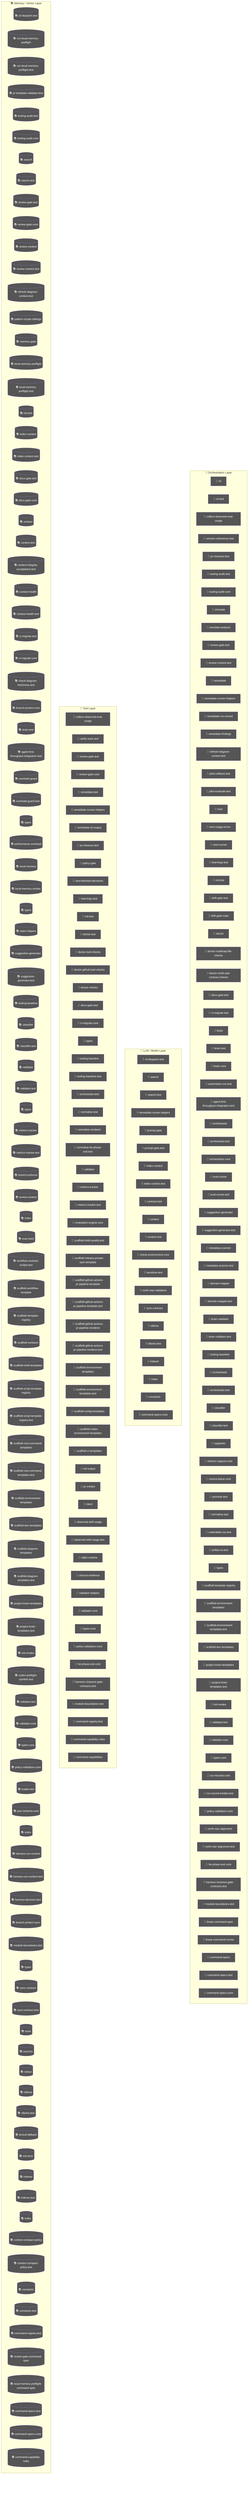
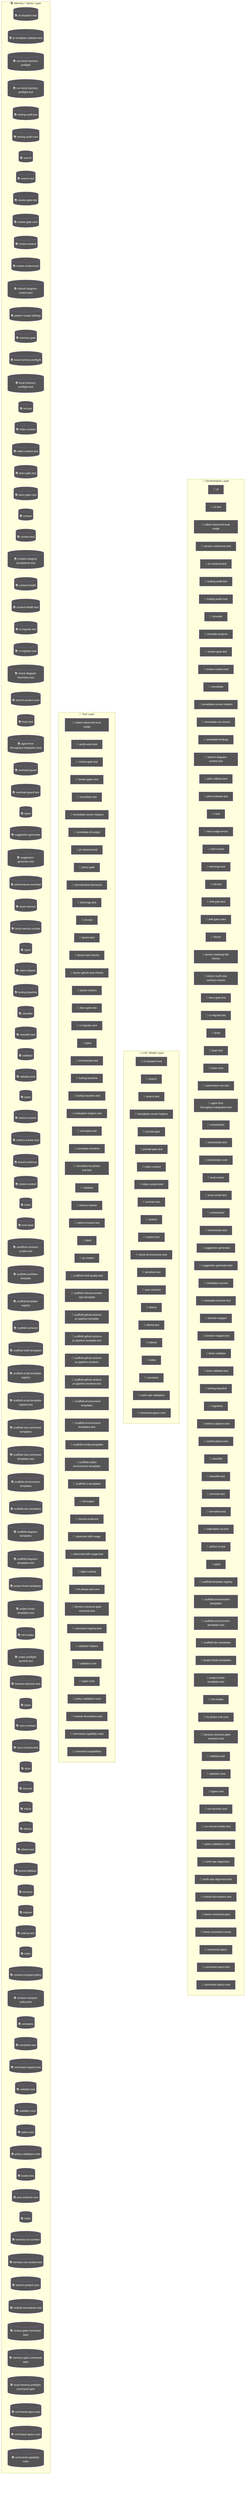
flowchart TD
  subgraph Orchestration["🎯 Orchestration Layer"]
    cli_99bb8840["🤖 cli"]
    cli_test_4851f28b["🤖 cli.test"]
    node_agent_mmd_orchestration_layer_orchestration_coll_37781291["🤖 collect-observed-eval-usage"]
    version_coherence_test_b81c6d8e["🤖 version-coherence.test"]
    pr_closeout_test_12a1ffdd["🤖 pr-closeout.test"]
    node_agent_mmd_orchestration_layer_orchestration_tool_5f9f8adf["🤖 tooling-audit.test"]
    node_agent_mmd_orchestration_layer_orchestration_tool_acfe0c01["🤖 tooling-audit-core"]
    simulate_b9efe395["🤖 simulate"]
    simulate_analysis_164a460c["🤖 simulate-analysis"]
    node_agent_mmd_orchestration_layer_orchestration_revi_ae9f100c["🤖 review-gate.test"]
    node_agent_mmd_orchestration_layer_orchestration_revi_84f25e5b["🤖 review-context.test"]
    remediate_06b9c7fc["🤖 remediate"]
    node_agent_mmd_orchestration_layer_orchestration_reme_359fe98f["🤖 remediate-runner-helpers"]
    remediate_run_record_9dfe5dc1["🤖 remediate-run-record"]
    remediate_findings_8b09c8c6["🤖 remediate-findings"]
    node_agent_mmd_orchestration_layer_orchestration_refr_10a87984["🤖 refresh-diagram-context.test"]
    pilot_rollback_test_e61d5a2b["🤖 pilot-rollback.test"]
    pilot_evaluate_test_a2ac06fc["🤖 pilot-evaluate.test"]
    next_c6c1c9a9["🤖 next"]
    next_usage_errors_837a345a["🤖 next-usage-errors"]
    next_runner_41643472["🤖 next-runner"]
    node_agent_mmd_orchestration_layer_orchestration_lear_5a2a5b08["🤖 learnings.test"]
    node_agent_mmd_orchestration_layer_orchestration_init_daf6ae1b["🤖 init.test"]
    drift_gate_test_816765e3["🤖 drift-gate.test"]
    drift_gate_rules_9685e72d["🤖 drift-gate-rules"]
    doctor_72f4be89["🤖 doctor"]
    doctor_roadmap_file_checks_14447b8e["🤖 doctor-roadmap-file-checks"]
    doctor_north_star_contract_checks_0048124c["🤖 doctor-north-star-contract-checks"]
    node_agent_mmd_orchestration_layer_orchestration_docs_22c7ae60["🤖 docs-gate.test"]
    node_agent_mmd_orchestration_layer_orchestration_ci_m_a6704d8b["🤖 ci-migrate.test"]
    brain_bbbf7a64["🤖 brain"]
    node_agent_mmd_orchestration_layer_orchestration_brai_9c019b6e["🤖 brain.test"]
    brain_core_aa07c380["🤖 brain-core"]
    automation_run_test_7b21d905["🤖 automation-run.test"]
    node_agent_mmd_orchestration_layer_orchestration_agen_eb715f44["🤖 agent-first-throughput.integration.test"]
    orchestrator_11376b7e["🤖 orchestrator"]
    orchestrator_test_18d2fe26["🤖 orchestrator.test"]
    orchestrator_core_d0678b53["🤖 orchestrator-core"]
    eval_runner_0966a6b3["🤖 eval-runner"]
    eval_runner_test_962c8c18["🤖 eval-runner.test"]
+     orchestrator_1_6b7137c5["🤖 orchestrator"]
+     node_agent_mmd_orchestration_layer_orchestration_orch_af4e7416["🤖 orchestrator.test"]
    node_agent_mmd_orchestration_layer_orchestration_sugg_85c5ebe3["🤖 suggestion-generator"]
    node_agent_mmd_orchestration_layer_orchestration_sugg_d0ad9d8e["🤖 suggestion-generator.test"]
    metadata_scanner_6a101b66["🤖 metadata-scanner"]
    metadata_scanner_test_faee743d["🤖 metadata-scanner.test"]
    domain_mapper_cd9333d2["🤖 domain-mapper"]
    domain_mapper_test_dc5a9896["🤖 domain-mapper.test"]
    brain_validator_be251832["🤖 brain-validator"]
    brain_validator_test_5e40cb72["🤖 brain-validator.test"]
    node_agent_mmd_orchestration_layer_orchestration_tool_cc43149f["🤖 tooling-baseline"]
-     orchestrator_1_6b7137c5["🤖 orchestrator"]
-     node_agent_mmd_orchestration_layer_orchestration_orch_af4e7416["🤖 orchestrator.test"]
-     node_agent_mmd_orchestration_layer_orchestration_clas_899b821a["🤖 classifier"]
-     node_agent_mmd_orchestration_layer_orchestration_clas_402e0b3f["🤖 classifier.test"]
    registries_06402afa["🤖 registries"]
    metrics_capture_core_db4bf7cf["🤖 metrics-capture-core"]
    control_plane_core_db3b4cb2["🤖 control-plane-core"]
+     node_agent_mmd_orchestration_layer_orchestration_clas_899b821a["🤖 classifier"]
+     node_agent_mmd_orchestration_layer_orchestration_clas_402e0b3f["🤖 classifier.test"]
    promote_test_5c615269["🤖 promote.test"]
    normalise_test_1_6643dd83["🤖 normalise.test"]
    coderabbit_csv_test_1f36d0a4["🤖 coderabbit-csv.test"]
    artifact_io_test_aac02da3["🤖 artifact-io.test"]
-     types_14_fe7507be["🤖 types"]
+     types_15_86775c96["🤖 types"]
    node_agent_mmd_orchestration_layer_orchestration_scaf_ff8f92f6["🤖 scaffold-template-registry"]
    node_agent_mmd_orchestration_layer_orchestration_scaf_c9a90c2f["🤖 scaffold-environment-templates"]
    node_agent_mmd_orchestration_layer_orchestration_scaf_78d57a93["🤖 scaffold-environment-templates.test"]
    node_agent_mmd_orchestration_layer_orchestration_scaf_12cc07db["🤖 scaffold-doc-templates"]
    node_agent_mmd_orchestration_layer_orchestration_proj_6ab6f60f["🤖 project-brain-templates"]
    node_agent_mmd_orchestration_layer_orchestration_proj_d78b2f4f["🤖 project-brain-templates.test"]
    node_agent_mmd_orchestration_layer_orchestration_init_2a9c3ecb["🤖 init-modes"]
+     node_agent_mmd_orchestration_layer_orchestration_he_p_fc778c24["🤖 he-phase-exit-core"]
+     node_agent_mmd_orchestration_layer_orchestration_harn_7761fad1["🤖 harness-closeout-gate-contracts.test"]
    node_agent_mmd_orchestration_layer_orchestration_vali_a3b17e45["🤖 validator.test"]
    node_agent_mmd_orchestration_layer_orchestration_vali_d9fe99e6["🤖 validator-core"]
    node_agent_mmd_orchestration_layer_orchestration_type_7cf81261["🤖 types-core"]
    run_records_core_89286dfa["🤖 run-records-core"]
    run_record_emitter_test_5475c0da["🤖 run-record-emitter.test"]
    node_agent_mmd_orchestration_layer_orchestration_poli_3270b55d["🤖 policy-validators-core"]
    north_star_alignment_00440188["🤖 north-star-alignment"]
    north_star_alignment_test_3ae1d69b["🤖 north-star-alignment.test"]
-     node_agent_mmd_orchestration_layer_orchestration_he_p_fc778c24["🤖 he-phase-exit-core"]
-     node_agent_mmd_orchestration_layer_orchestration_harn_7761fad1["🤖 harness-closeout-gate-contracts.test"]
    node_agent_mmd_orchestration_layer_orchestration_modu_72373e29["🤖 module-boundaries.test"]
    linear_command_spec_1e12dd44["🤖 linear-command-spec"]
    linear_command_runner_4a740dfc["🤖 linear-command-runner"]
    command_specs_69167c63["🤖 command-specs"]
    node_agent_mmd_orchestration_layer_orchestration_comm_a137ef0a["🤖 command-specs.test"]
    node_agent_mmd_orchestration_layer_orchestration_comm_1f8cc24c["🤖 command-specs-core"]
  end
  subgraph LLMLayer["🧠 LLM / Model Layer"]
    node_agent_mmd_llm_model_layer_llmlayer_cli_dispatch__7ecbc6e7["💡 cli-dispatch.test"]
    node_agent_mmd_llm_model_layer_llmlayer_search_search_66b9a911["💡 search"]
    node_agent_mmd_llm_model_layer_llmlayer_search_test_s_72d50705["💡 search.test"]
    node_agent_mmd_llm_model_layer_llmlayer_remediate_run_9e3d4585["💡 remediate-runner-helpers"]
    prompt_gate_c5e9d207["💡 prompt-gate"]
    prompt_gate_test_1a442b27["💡 prompt-gate.test"]
    node_agent_mmd_llm_model_layer_llmlayer_index_context_1041bd11["💡 index-context"]
    node_agent_mmd_llm_model_layer_llmlayer_index_context_7e927b45["💡 index-context.test"]
    contract_test_2262847f["💡 contract.test"]
    node_agent_mmd_llm_model_layer_llmlayer_context_conte_ad2dfbd9["💡 context"]
    node_agent_mmd_llm_model_layer_llmlayer_context_test__32277db3["💡 context.test"]
    check_environment_core_2c16213f["💡 check-environment-core"]
    sensitive_text_7c11f760["💡 sensitive-text"]
-     north_star_validators_cfc926ce["💡 north-star-validators"]
    node_agent_mmd_llm_model_layer_llmlayer_sync_contract_9f3cc8c1["💡 sync-contract"]
    node_agent_mmd_llm_model_layer_llmlayer_ollama_ollama_968b23fa["💡 ollama"]
    node_agent_mmd_llm_model_layer_llmlayer_ollama_test_o_d62a0b5a["💡 ollama.test"]
    node_agent_mmd_llm_model_layer_llmlayer_indexer_index_4f4deef5["💡 indexer"]
    node_agent_mmd_llm_model_layer_llmlayer_index_index_1_02e160ff["💡 index"]
    node_agent_mmd_llm_model_layer_llmlayer_constants_con_c9bd3f6c["💡 constants"]
+     north_star_validators_cfc926ce["💡 north-star-validators"]
    node_agent_mmd_llm_model_layer_llmlayer_command_specs_782af9fa["💡 command-specs-core"]
  end
  subgraph ToolLayer["🔧 Tool Layer"]
    node_agent_mmd_tool_layer_toollayer_collect_observed__f30f627d["🔧 collect-observed-eval-usage"]
    verify_work_test_0e12f6c5["🔧 verify-work.test"]
    node_agent_mmd_tool_layer_toollayer_review_gate_test__548e6c28["🔧 review-gate.test"]
    node_agent_mmd_tool_layer_toollayer_review_gate_core__7704598b["🔧 review-gate-core"]
    remediate_test_6f59cafe["🔧 remediate.test"]
    node_agent_mmd_tool_layer_toollayer_remediate_runner__c003b871["🔧 remediate-runner-helpers"]
    remediate_cli_output_cc165396["🔧 remediate-cli-output"]
    pr_closeout_test_1_be1a0df1["🔧 pr-closeout.test"]
    policy_gate_213f7313["🔧 policy-gate"]
    next_blocked_decisions_4140ad2b["🔧 next-blocked-decisions"]
    node_agent_mmd_tool_layer_toollayer_learnings_test_le_d61f175f["🔧 learnings.test"]
    node_agent_mmd_tool_layer_toollayer_init_test_init_te_ae014ee3["🔧 init.test"]
    doctor_test_e032e8b5["🔧 doctor.test"]
    doctor_tool_checks_4acac51a["🔧 doctor-tool-checks"]
    doctor_github_tool_checks_a53b0382["🔧 doctor-github-tool-checks"]
    doctor_checks_5a2eb2b9["🔧 doctor-checks"]
    node_agent_mmd_tool_layer_toollayer_docs_gate_test_do_ca0c4c21["🔧 docs-gate.test"]
    node_agent_mmd_tool_layer_toollayer_ci_migrate_core_c_049f8460["🔧 ci-migrate-core"]
-     types_4_822d0f88["🔧 types"]
+     types_1_4ecdf56e["🔧 types"]
+     node_agent_mmd_tool_layer_toollayer_orchestrator_test_b563c528["🔧 orchestrator.test"]
    node_agent_mmd_tool_layer_toollayer_tooling_baseline__61e66e9f["🔧 tooling-baseline"]
    tooling_baseline_test_d272ddb6["🔧 tooling-baseline.test"]
-     node_agent_mmd_tool_layer_toollayer_orchestrator_test_b563c528["🔧 orchestrator.test"]
+     evaluation_engine_core_e054fe49["🔧 evaluation-engine-core"]
    normalise_test_73e8a615["🔧 normalise.test"]
    normalise_renderer_85f2e563["🔧 normalise-renderer"]
    normalise_he_phase_exit_test_1788efc4["🔧 normalise-he-phase-exit.test"]
    node_agent_mmd_tool_layer_toollayer_validator_validat_96a84a52["🔧 validator"]
    node_agent_mmd_tool_layer_toollayer_metrics_tracker_m_4c9237d8["🔧 metrics-tracker"]
    node_agent_mmd_tool_layer_toollayer_metrics_tracker_t_8947b778["🔧 metrics-tracker.test"]
-     evaluation_engine_core_e054fe49["🔧 evaluation-engine-core"]
+     client_1_914e1681["🔧 client"]
+     pr_creator_dc6b1ea4["🔧 pr-creator"]
    scaffold_shell_quality_test_79567d03["🔧 scaffold-shell-quality.test"]
    scaffold_release_private_npm_template_075499f8["🔧 scaffold-release-private-npm-template"]
    scaffold_github_actions_pr_pipeline_template_e2b85f62["🔧 scaffold-github-actions-pr-pipeline-template"]
    scaffold_github_actions_pr_pipeline_template_test_be464a7b["🔧 scaffold-github-actions-pr-pipeline-template.test"]
    scaffold_github_actions_pr_pipeline_renderer_1ee18de5["🔧 scaffold-github-actions-pr-pipeline-renderer"]
    scaffold_github_actions_pr_pipeline_renderer_test_2cc38272["🔧 scaffold-github-actions-pr-pipeline-renderer.test"]
    node_agent_mmd_tool_layer_toollayer_scaffold_environm_c1afc013["🔧 scaffold-environment-templates"]
    node_agent_mmd_tool_layer_toollayer_scaffold_environm_1a8f8168["🔧 scaffold-environment-templates.test"]
    scaffold_config_templates_4b80ce53["🔧 scaffold-config-templates"]
    scaffold_codex_environment_templates_334fbbed["🔧 scaffold-codex-environment-templates"]
    scaffold_ci_templates_2afd6392["🔧 scaffold-ci-templates"]
    init_output_360dce91["🔧 init-output"]
-     pr_creator_dc6b1ea4["🔧 pr-creator"]
-     client_1_914e1681["🔧 client"]
+     closure_evidence_aaa31467["🔧 closure-evidence"]
    observed_skill_usage_ed7d5930["🔧 observed-skill-usage"]
    observed_skill_usage_test_311c215a["🔧 observed-skill-usage.test"]
    ralph_runtime_73d63c0e["🔧 ralph-runtime"]
-     closure_evidence_aaa31467["🔧 closure-evidence"]
+     node_agent_mmd_tool_layer_toollayer_he_phase_exit_cor_af016160["🔧 he-phase-exit-core"]
+     node_agent_mmd_tool_layer_toollayer_harness_closeout__df9d1dab["🔧 harness-closeout-gate-contracts.test"]
+     node_agent_mmd_tool_layer_toollayer_command_registry__cce57abe["🔧 command-registry.test"]
    validator_helpers_7b927667["🔧 validator-helpers"]
    node_agent_mmd_tool_layer_toollayer_validator_core_va_6ef6131f["🔧 validator-core"]
    node_agent_mmd_tool_layer_toollayer_types_core_types__6c8319b6["🔧 types-core"]
    node_agent_mmd_tool_layer_toollayer_policy_validators_af136abf["🔧 policy-validators-core"]
-     node_agent_mmd_tool_layer_toollayer_he_phase_exit_cor_af016160["🔧 he-phase-exit-core"]
-     node_agent_mmd_tool_layer_toollayer_harness_closeout__df9d1dab["🔧 harness-closeout-gate-contracts.test"]
    node_agent_mmd_tool_layer_toollayer_module_boundaries_fecf90b5["🔧 module-boundaries.test"]
-     node_agent_mmd_tool_layer_toollayer_command_registry__cce57abe["🔧 command-registry.test"]
    node_agent_mmd_tool_layer_toollayer_command_capabilit_e97a4615["🔧 command-capability-rules"]
    command_capabilities_a4d5c71e["🔧 command-capabilities"]
  end
  subgraph MemoryLayer["📚 Memory / Vector Layer"]
    node_agent_mmd_memory_vector_layer_memorylayer_cli_di_c121353b[("📚 cli-dispatch.test")]
+     pr_template_validator_test_569b1cef[("📚 pr-template-validator.test")]
    run_local_memory_preflight_36e92808[("📚 run-local-memory-preflight")]
    run_local_memory_preflight_test_1d7c5aa0[("📚 run-local-memory-preflight.test")]
-     pr_template_validator_test_569b1cef[("📚 pr-template-validator.test")]
    node_agent_mmd_memory_vector_layer_memorylayer_toolin_48be0fc9[("📚 tooling-audit.test")]
    node_agent_mmd_memory_vector_layer_memorylayer_toolin_a1185b8f[("📚 tooling-audit-core")]
    node_agent_mmd_memory_vector_layer_memorylayer_search_ac35cb7e[("📚 search")]
    node_agent_mmd_memory_vector_layer_memorylayer_search_ebbe6c53[("📚 search.test")]
    node_agent_mmd_memory_vector_layer_memorylayer_review_e0e0b257[("📚 review-gate.test")]
    node_agent_mmd_memory_vector_layer_memorylayer_review_5bee9816[("📚 review-gate-core")]
    review_context_ca6cf81d[("📚 review-context")]
    node_agent_mmd_memory_vector_layer_memorylayer_review_3255d3cf[("📚 review-context.test")]
    node_agent_mmd_memory_vector_layer_memorylayer_refres_b1a0f415[("📚 refresh-diagram-context.test")]
    pattern_scope_siblings_43abe000[("📚 pattern-scope-siblings")]
    memory_gate_a577a506[("📚 memory-gate")]
    local_memory_preflight_dcc36c42[("📚 local-memory-preflight")]
    local_memory_preflight_test_5e323bbf[("📚 local-memory-preflight.test")]
    node_agent_mmd_memory_vector_layer_memorylayer_init_t_bac0fb9d[("📚 init.test")]
    node_agent_mmd_memory_vector_layer_memorylayer_index__6f3402d0[("📚 index-context")]
    node_agent_mmd_memory_vector_layer_memorylayer_index__46fc46d7[("📚 index-context.test")]
    node_agent_mmd_memory_vector_layer_memorylayer_docs_g_2ab7a620[("📚 docs-gate.test")]
    docs_gate_core_eb9b6c18[("📚 docs-gate-core")]
    node_agent_mmd_memory_vector_layer_memorylayer_contex_78ceaaa9[("📚 context")]
    node_agent_mmd_memory_vector_layer_memorylayer_contex_4e7cab00[("📚 context.test")]
    context_integrity_acceptance_test_59f961b1[("📚 context-integrity-acceptance.test")]
    context_health_80bb7da9[("📚 context-health")]
    context_health_test_3b5b87f3[("📚 context-health.test")]
    node_agent_mmd_memory_vector_layer_memorylayer_ci_mig_df76706f[("📚 ci-migrate.test")]
    node_agent_mmd_memory_vector_layer_memorylayer_ci_mig_0cd5b1a4[("📚 ci-migrate-core")]
    check_diagram_freshness_test_c1dc40aa[("📚 check-diagram-freshness.test")]
    branch_protect_core_a8feb0fd[("📚 branch-protect-core")]
    node_agent_mmd_memory_vector_layer_memorylayer_brain__80b5ea48[("📚 brain.test")]
    node_agent_mmd_memory_vector_layer_memorylayer_agent__6f084ab8[("📚 agent-first-throughput.integration.test")]
    overload_guard_2748c559[("📚 overload-guard")]
    overload_guard_test_6ece9f86[("📚 overload-guard.test")]
-     types_2_d9bc6e7a[("📚 types")]
+     types_3_9675d69b[("📚 types")]
+     node_agent_mmd_memory_vector_layer_memorylayer_sugges_267f408d[("📚 suggestion-generator")]
+     node_agent_mmd_memory_vector_layer_memorylayer_sugges_b043d150[("📚 suggestion-generator.test")]
    performance_overload_c685bfcf[("📚 performance-overload")]
    local_memory_0db17ecc[("📚 local-memory")]
    local_memory_smoke_1175abfc[("📚 local-memory-smoke")]
-     types_7_2f1ed65e[("📚 types")]
+     types_8_f6283648[("📚 types")]
    claim_helpers_20dc8387[("📚 claim-helpers")]
-     node_agent_mmd_memory_vector_layer_memorylayer_sugges_267f408d[("📚 suggestion-generator")]
-     node_agent_mmd_memory_vector_layer_memorylayer_sugges_b043d150[("📚 suggestion-generator.test")]
    node_agent_mmd_memory_vector_layer_memorylayer_toolin_14f86b00[("📚 tooling-baseline")]
    node_agent_mmd_memory_vector_layer_memorylayer_classi_1ebbf5ff[("📚 classifier")]
    node_agent_mmd_memory_vector_layer_memorylayer_classi_58e617e7[("📚 classifier.test")]
    node_agent_mmd_memory_vector_layer_memorylayer_valida_1b167f63[("📚 validator")]
    validator_test_1_c5015ca0[("📚 validator.test")]
-     types_11_4be3ee64[("📚 types")]
+     types_12_2b09659a[("📚 types")]
    node_agent_mmd_memory_vector_layer_memorylayer_metric_12562178[("📚 metrics-tracker")]
    node_agent_mmd_memory_vector_layer_memorylayer_metric_74129788[("📚 metrics-tracker.test")]
    branch_enforcer_acb749cd[("📚 branch-enforcer")]
    review_context_1_e3afed15[("📚 review-context")]
    index_2_10143590[("📚 index")]
    eval_seed_5699fd3e[("📚 eval-seed")]
    workflow_contract_scripts_test_681e2e3c[("📚 workflow-contract-scripts.test")]
    scaffold_workflow_template_92310587[("📚 scaffold-workflow-template")]
    node_agent_mmd_memory_vector_layer_memorylayer_scaffo_a86eece1[("📚 scaffold-template-registry")]
    scaffold_surfaces_12d6494e[("📚 scaffold-surfaces")]
    scaffold_shell_templates_0ad0f915[("📚 scaffold-shell-templates")]
    scaffold_script_template_registry_69312d4e[("📚 scaffold-script-template-registry")]
    scaffold_script_template_registry_test_6a8ebefe[("📚 scaffold-script-template-registry.test")]
    scaffold_root_command_templates_404fed7f[("📚 scaffold-root-command-templates")]
    scaffold_root_command_templates_test_14596939[("📚 scaffold-root-command-templates.test")]
    node_agent_mmd_memory_vector_layer_memorylayer_scaffo_12b42341[("📚 scaffold-environment-templates")]
    node_agent_mmd_memory_vector_layer_memorylayer_scaffo_5fd73b94[("📚 scaffold-doc-templates")]
    scaffold_diagram_templates_dd88e83c[("📚 scaffold-diagram-templates")]
    scaffold_diagram_templates_test_f3774c28[("📚 scaffold-diagram-templates.test")]
    node_agent_mmd_memory_vector_layer_memorylayer_projec_3ae304d9[("📚 project-brain-templates")]
    node_agent_mmd_memory_vector_layer_memorylayer_projec_6048335b[("📚 project-brain-templates.test")]
    node_agent_mmd_memory_vector_layer_memorylayer_init_m_333d02c5[("📚 init-modes")]
    codex_preflight_symlink_test_037558db[("📚 codex-preflight-symlink.test")]
-     node_agent_mmd_memory_vector_layer_memorylayer_valida_caacfcdf[("📚 validator.test")]
-     node_agent_mmd_memory_vector_layer_memorylayer_valida_41034356[("📚 validator-core")]
-     node_agent_mmd_memory_vector_layer_memorylayer_types__83f369fa[("📚 types-core")]
-     node_agent_mmd_memory_vector_layer_memorylayer_policy_1944de42[("📚 policy-validators-core")]
-     loader_test_03424671[("📚 loader.test")]
-     json_schema_core_96d7e328[("📚 json-schema-core")]
-     index_5_522f772a[("📚 index")]
-     harness_run_context_ac7c77a9[("📚 harness-run-context")]
-     harness_run_context_test_c6937fed[("📚 harness-run-context.test")]
    harness_decision_test_7e5a4fe5[("📚 harness-decision.test")]
-     branch_protect_sync_570adb18[("📚 branch-protect-sync")]
-     node_agent_mmd_memory_vector_layer_memorylayer_module_9bfd18b1[("📚 module-boundaries.test")]
-     types_20_071a0112[("📚 types")]
+     types_18_37582e2a[("📚 types")]
    node_agent_mmd_memory_vector_layer_memorylayer_sync_c_e43418bc[("📚 sync-contract")]
    sync_contract_test_5dc3165c[("📚 sync-contract.test")]
    store_824d80d7[("📚 store")]
    sources_1_e133d97d[("📚 sources")]
    rollout_a4fa034c[("📚 rollout")]
    node_agent_mmd_memory_vector_layer_memorylayer_ollama_6d51be16[("📚 ollama")]
    node_agent_mmd_memory_vector_layer_memorylayer_ollama_d800c0c4[("📚 ollama.test")]
    lexical_fallback_723e2b3e[("📚 lexical-fallback")]
    init_error_5c7dd49f[("📚 init-error")]
    node_agent_mmd_memory_vector_layer_memorylayer_indexe_93e6d86f[("📚 indexer")]
    indexer_test_d492f0aa[("📚 indexer.test")]
    node_agent_mmd_memory_vector_layer_memorylayer_index__752bc61e[("📚 index")]
    context_compact_policy_3dcaf95d[("📚 context-compact-policy")]
    context_compact_policy_test_da148267[("📚 context-compact-policy.test")]
    node_agent_mmd_memory_vector_layer_memorylayer_consta_702d3f46[("📚 constants")]
    constants_test_5492ae98[("📚 constants.test")]
    node_agent_mmd_memory_vector_layer_memorylayer_comman_362247bb[("📚 command-registry.test")]
+     node_agent_mmd_memory_vector_layer_memorylayer_valida_caacfcdf[("📚 validator.test")]
+     node_agent_mmd_memory_vector_layer_memorylayer_valida_41034356[("📚 validator-core")]
+     node_agent_mmd_memory_vector_layer_memorylayer_types__83f369fa[("📚 types-core")]
+     node_agent_mmd_memory_vector_layer_memorylayer_policy_1944de42[("📚 policy-validators-core")]
+     loader_test_03424671[("📚 loader.test")]
+     json_schema_core_96d7e328[("📚 json-schema-core")]
+     index_6_fc9e91e2[("📚 index")]
+     harness_run_context_ac7c77a9[("📚 harness-run-context")]
+     harness_run_context_test_c6937fed[("📚 harness-run-context.test")]
+     branch_protect_sync_570adb18[("📚 branch-protect-sync")]
+     node_agent_mmd_memory_vector_layer_memorylayer_module_9bfd18b1[("📚 module-boundaries.test")]
    review_gate_command_spec_3187376a[("📚 review-gate-command-spec")]
+     memory_gate_command_spec_dc9001a9[("📚 memory-gate-command-spec")]
    local_memory_preflight_command_spec_9e23f3ce[("📚 local-memory-preflight-command-spec")]
    node_agent_mmd_memory_vector_layer_memorylayer_comman_d36d1650[("📚 command-specs.test")]
    node_agent_mmd_memory_vector_layer_memorylayer_comman_111eb454[("📚 command-specs-core")]
    node_agent_mmd_memory_vector_layer_memorylayer_comman_c72a5d05[("📚 command-capability-rules")]
  end
  classDef agentNode fill:#555,color:#fff
-   class cli_99bb8840,cli_test_4851f28b,node_agent_mmd_orchestration_layer_orchestration_coll_37781291,node_agent_mmd_tool_layer_toollayer_collect_observed__f30f627d,version_coherence_test_b81c6d8e,pr_closeout_test_12a1ffdd,node_agent_mmd_orchestration_layer_orchestration_tool_5f9f8adf,node_agent_mmd_memory_vector_layer_memorylayer_toolin_48be0fc9,node_agent_mmd_orchestration_layer_orchestration_tool_acfe0c01,node_agent_mmd_memory_vector_layer_memorylayer_toolin_a1185b8f,simulate_b9efe395,simulate_analysis_164a460c,node_agent_mmd_orchestration_layer_orchestration_revi_ae9f100c,node_agent_mmd_tool_layer_toollayer_review_gate_test__548e6c28,node_agent_mmd_memory_vector_layer_memorylayer_review_e0e0b257,node_agent_mmd_orchestration_layer_orchestration_revi_84f25e5b,node_agent_mmd_memory_vector_layer_memorylayer_review_3255d3cf,remediate_06b9c7fc,node_agent_mmd_orchestration_layer_orchestration_reme_359fe98f,node_agent_mmd_llm_model_layer_llmlayer_remediate_run_9e3d4585,node_agent_mmd_tool_layer_toollayer_remediate_runner__c003b871,remediate_run_record_9dfe5dc1,remediate_findings_8b09c8c6,node_agent_mmd_orchestration_layer_orchestration_refr_10a87984,node_agent_mmd_memory_vector_layer_memorylayer_refres_b1a0f415,pilot_rollback_test_e61d5a2b,pilot_evaluate_test_a2ac06fc,next_c6c1c9a9,next_usage_errors_837a345a,next_runner_41643472,node_agent_mmd_orchestration_layer_orchestration_lear_5a2a5b08,node_agent_mmd_tool_layer_toollayer_learnings_test_le_d61f175f,node_agent_mmd_orchestration_layer_orchestration_init_daf6ae1b,node_agent_mmd_tool_layer_toollayer_init_test_init_te_ae014ee3,node_agent_mmd_memory_vector_layer_memorylayer_init_t_bac0fb9d,drift_gate_test_816765e3,drift_gate_rules_9685e72d,doctor_72f4be89,doctor_roadmap_file_checks_14447b8e,doctor_north_star_contract_checks_0048124c,node_agent_mmd_orchestration_layer_orchestration_docs_22c7ae60,node_agent_mmd_tool_layer_toollayer_docs_gate_test_do_ca0c4c21,node_agent_mmd_memory_vector_layer_memorylayer_docs_g_2ab7a620,node_agent_mmd_orchestration_layer_orchestration_ci_m_a6704d8b,node_agent_mmd_memory_vector_layer_memorylayer_ci_mig_df76706f,brain_bbbf7a64,node_agent_mmd_orchestration_layer_orchestration_brai_9c019b6e,node_agent_mmd_memory_vector_layer_memorylayer_brain__80b5ea48,brain_core_aa07c380,automation_run_test_7b21d905,node_agent_mmd_orchestration_layer_orchestration_agen_eb715f44,node_agent_mmd_memory_vector_layer_memorylayer_agent__6f084ab8,orchestrator_11376b7e,orchestrator_test_18d2fe26,orchestrator_core_d0678b53,eval_runner_0966a6b3,eval_runner_test_962c8c18,node_agent_mmd_orchestration_layer_orchestration_sugg_85c5ebe3,node_agent_mmd_memory_vector_layer_memorylayer_sugges_267f408d,node_agent_mmd_orchestration_layer_orchestration_sugg_d0ad9d8e,node_agent_mmd_memory_vector_layer_memorylayer_sugges_b043d150,metadata_scanner_6a101b66,metadata_scanner_test_faee743d,domain_mapper_cd9333d2,domain_mapper_test_dc5a9896,brain_validator_be251832,brain_validator_test_5e40cb72,node_agent_mmd_orchestration_layer_orchestration_tool_cc43149f,node_agent_mmd_tool_layer_toollayer_tooling_baseline__61e66e9f,node_agent_mmd_memory_vector_layer_memorylayer_toolin_14f86b00,orchestrator_1_6b7137c5,node_agent_mmd_orchestration_layer_orchestration_orch_af4e7416,node_agent_mmd_tool_layer_toollayer_orchestrator_test_b563c528,node_agent_mmd_orchestration_layer_orchestration_clas_899b821a,node_agent_mmd_memory_vector_layer_memorylayer_classi_1ebbf5ff,node_agent_mmd_orchestration_layer_orchestration_clas_402e0b3f,node_agent_mmd_memory_vector_layer_memorylayer_classi_58e617e7,registries_06402afa,metrics_capture_core_db4bf7cf,control_plane_core_db3b4cb2,promote_test_5c615269,normalise_test_1_6643dd83,coderabbit_csv_test_1f36d0a4,artifact_io_test_aac02da3,types_14_fe7507be,node_agent_mmd_orchestration_layer_orchestration_scaf_ff8f92f6,node_agent_mmd_memory_vector_layer_memorylayer_scaffo_a86eece1,node_agent_mmd_orchestration_layer_orchestration_scaf_c9a90c2f,node_agent_mmd_tool_layer_toollayer_scaffold_environm_c1afc013,node_agent_mmd_memory_vector_layer_memorylayer_scaffo_12b42341,node_agent_mmd_orchestration_layer_orchestration_scaf_78d57a93,node_agent_mmd_tool_layer_toollayer_scaffold_environm_1a8f8168,node_agent_mmd_orchestration_layer_orchestration_scaf_12cc07db,node_agent_mmd_memory_vector_layer_memorylayer_scaffo_5fd73b94,node_agent_mmd_orchestration_layer_orchestration_proj_6ab6f60f,node_agent_mmd_memory_vector_layer_memorylayer_projec_3ae304d9,node_agent_mmd_orchestration_layer_orchestration_proj_d78b2f4f,node_agent_mmd_memory_vector_layer_memorylayer_projec_6048335b,node_agent_mmd_orchestration_layer_orchestration_init_2a9c3ecb,node_agent_mmd_memory_vector_layer_memorylayer_init_m_333d02c5,node_agent_mmd_orchestration_layer_orchestration_vali_a3b17e45,node_agent_mmd_memory_vector_layer_memorylayer_valida_caacfcdf,node_agent_mmd_orchestration_layer_orchestration_vali_d9fe99e6,node_agent_mmd_tool_layer_toollayer_validator_core_va_6ef6131f,node_agent_mmd_memory_vector_layer_memorylayer_valida_41034356,node_agent_mmd_orchestration_layer_orchestration_type_7cf81261,node_agent_mmd_tool_layer_toollayer_types_core_types__6c8319b6,node_agent_mmd_memory_vector_layer_memorylayer_types__83f369fa,run_records_core_89286dfa,run_record_emitter_test_5475c0da,node_agent_mmd_orchestration_layer_orchestration_poli_3270b55d,node_agent_mmd_tool_layer_toollayer_policy_validators_af136abf,node_agent_mmd_memory_vector_layer_memorylayer_policy_1944de42,north_star_alignment_00440188,north_star_alignment_test_3ae1d69b,node_agent_mmd_orchestration_layer_orchestration_he_p_fc778c24,node_agent_mmd_tool_layer_toollayer_he_phase_exit_cor_af016160,node_agent_mmd_orchestration_layer_orchestration_harn_7761fad1,node_agent_mmd_tool_layer_toollayer_harness_closeout__df9d1dab,node_agent_mmd_orchestration_layer_orchestration_modu_72373e29,node_agent_mmd_tool_layer_toollayer_module_boundaries_fecf90b5,node_agent_mmd_memory_vector_layer_memorylayer_module_9bfd18b1,linear_command_spec_1e12dd44,linear_command_runner_4a740dfc,command_specs_69167c63,node_agent_mmd_orchestration_layer_orchestration_comm_a137ef0a,node_agent_mmd_memory_vector_layer_memorylayer_comman_d36d1650,node_agent_mmd_orchestration_layer_orchestration_comm_1f8cc24c,node_agent_mmd_llm_model_layer_llmlayer_command_specs_782af9fa,node_agent_mmd_memory_vector_layer_memorylayer_comman_111eb454 agentNode
+   class cli_99bb8840,cli_test_4851f28b,node_agent_mmd_orchestration_layer_orchestration_coll_37781291,node_agent_mmd_tool_layer_toollayer_collect_observed__f30f627d,version_coherence_test_b81c6d8e,pr_closeout_test_12a1ffdd,node_agent_mmd_orchestration_layer_orchestration_tool_5f9f8adf,node_agent_mmd_memory_vector_layer_memorylayer_toolin_48be0fc9,node_agent_mmd_orchestration_layer_orchestration_tool_acfe0c01,node_agent_mmd_memory_vector_layer_memorylayer_toolin_a1185b8f,simulate_b9efe395,simulate_analysis_164a460c,node_agent_mmd_orchestration_layer_orchestration_revi_ae9f100c,node_agent_mmd_tool_layer_toollayer_review_gate_test__548e6c28,node_agent_mmd_memory_vector_layer_memorylayer_review_e0e0b257,node_agent_mmd_orchestration_layer_orchestration_revi_84f25e5b,node_agent_mmd_memory_vector_layer_memorylayer_review_3255d3cf,remediate_06b9c7fc,node_agent_mmd_orchestration_layer_orchestration_reme_359fe98f,node_agent_mmd_llm_model_layer_llmlayer_remediate_run_9e3d4585,node_agent_mmd_tool_layer_toollayer_remediate_runner__c003b871,remediate_run_record_9dfe5dc1,remediate_findings_8b09c8c6,node_agent_mmd_orchestration_layer_orchestration_refr_10a87984,node_agent_mmd_memory_vector_layer_memorylayer_refres_b1a0f415,pilot_rollback_test_e61d5a2b,pilot_evaluate_test_a2ac06fc,next_c6c1c9a9,next_usage_errors_837a345a,next_runner_41643472,node_agent_mmd_orchestration_layer_orchestration_lear_5a2a5b08,node_agent_mmd_tool_layer_toollayer_learnings_test_le_d61f175f,node_agent_mmd_orchestration_layer_orchestration_init_daf6ae1b,node_agent_mmd_tool_layer_toollayer_init_test_init_te_ae014ee3,node_agent_mmd_memory_vector_layer_memorylayer_init_t_bac0fb9d,drift_gate_test_816765e3,drift_gate_rules_9685e72d,doctor_72f4be89,doctor_roadmap_file_checks_14447b8e,doctor_north_star_contract_checks_0048124c,node_agent_mmd_orchestration_layer_orchestration_docs_22c7ae60,node_agent_mmd_tool_layer_toollayer_docs_gate_test_do_ca0c4c21,node_agent_mmd_memory_vector_layer_memorylayer_docs_g_2ab7a620,node_agent_mmd_orchestration_layer_orchestration_ci_m_a6704d8b,node_agent_mmd_memory_vector_layer_memorylayer_ci_mig_df76706f,brain_bbbf7a64,node_agent_mmd_orchestration_layer_orchestration_brai_9c019b6e,node_agent_mmd_memory_vector_layer_memorylayer_brain__80b5ea48,brain_core_aa07c380,automation_run_test_7b21d905,node_agent_mmd_orchestration_layer_orchestration_agen_eb715f44,node_agent_mmd_memory_vector_layer_memorylayer_agent__6f084ab8,orchestrator_11376b7e,orchestrator_test_18d2fe26,orchestrator_core_d0678b53,eval_runner_0966a6b3,eval_runner_test_962c8c18,orchestrator_1_6b7137c5,node_agent_mmd_orchestration_layer_orchestration_orch_af4e7416,node_agent_mmd_tool_layer_toollayer_orchestrator_test_b563c528,node_agent_mmd_orchestration_layer_orchestration_sugg_85c5ebe3,node_agent_mmd_memory_vector_layer_memorylayer_sugges_267f408d,node_agent_mmd_orchestration_layer_orchestration_sugg_d0ad9d8e,node_agent_mmd_memory_vector_layer_memorylayer_sugges_b043d150,metadata_scanner_6a101b66,metadata_scanner_test_faee743d,domain_mapper_cd9333d2,domain_mapper_test_dc5a9896,brain_validator_be251832,brain_validator_test_5e40cb72,node_agent_mmd_orchestration_layer_orchestration_tool_cc43149f,node_agent_mmd_tool_layer_toollayer_tooling_baseline__61e66e9f,node_agent_mmd_memory_vector_layer_memorylayer_toolin_14f86b00,registries_06402afa,metrics_capture_core_db4bf7cf,control_plane_core_db3b4cb2,node_agent_mmd_orchestration_layer_orchestration_clas_899b821a,node_agent_mmd_memory_vector_layer_memorylayer_classi_1ebbf5ff,node_agent_mmd_orchestration_layer_orchestration_clas_402e0b3f,node_agent_mmd_memory_vector_layer_memorylayer_classi_58e617e7,promote_test_5c615269,normalise_test_1_6643dd83,coderabbit_csv_test_1f36d0a4,artifact_io_test_aac02da3,types_15_86775c96,node_agent_mmd_orchestration_layer_orchestration_scaf_ff8f92f6,node_agent_mmd_memory_vector_layer_memorylayer_scaffo_a86eece1,node_agent_mmd_orchestration_layer_orchestration_scaf_c9a90c2f,node_agent_mmd_tool_layer_toollayer_scaffold_environm_c1afc013,node_agent_mmd_memory_vector_layer_memorylayer_scaffo_12b42341,node_agent_mmd_orchestration_layer_orchestration_scaf_78d57a93,node_agent_mmd_tool_layer_toollayer_scaffold_environm_1a8f8168,node_agent_mmd_orchestration_layer_orchestration_scaf_12cc07db,node_agent_mmd_memory_vector_layer_memorylayer_scaffo_5fd73b94,node_agent_mmd_orchestration_layer_orchestration_proj_6ab6f60f,node_agent_mmd_memory_vector_layer_memorylayer_projec_3ae304d9,node_agent_mmd_orchestration_layer_orchestration_proj_d78b2f4f,node_agent_mmd_memory_vector_layer_memorylayer_projec_6048335b,node_agent_mmd_orchestration_layer_orchestration_init_2a9c3ecb,node_agent_mmd_memory_vector_layer_memorylayer_init_m_333d02c5,node_agent_mmd_orchestration_layer_orchestration_he_p_fc778c24,node_agent_mmd_tool_layer_toollayer_he_phase_exit_cor_af016160,node_agent_mmd_orchestration_layer_orchestration_harn_7761fad1,node_agent_mmd_tool_layer_toollayer_harness_closeout__df9d1dab,node_agent_mmd_orchestration_layer_orchestration_vali_a3b17e45,node_agent_mmd_memory_vector_layer_memorylayer_valida_caacfcdf,node_agent_mmd_orchestration_layer_orchestration_vali_d9fe99e6,node_agent_mmd_tool_layer_toollayer_validator_core_va_6ef6131f,node_agent_mmd_memory_vector_layer_memorylayer_valida_41034356,node_agent_mmd_orchestration_layer_orchestration_type_7cf81261,node_agent_mmd_tool_layer_toollayer_types_core_types__6c8319b6,node_agent_mmd_memory_vector_layer_memorylayer_types__83f369fa,run_records_core_89286dfa,run_record_emitter_test_5475c0da,node_agent_mmd_orchestration_layer_orchestration_poli_3270b55d,node_agent_mmd_tool_layer_toollayer_policy_validators_af136abf,node_agent_mmd_memory_vector_layer_memorylayer_policy_1944de42,north_star_alignment_00440188,north_star_alignment_test_3ae1d69b,node_agent_mmd_orchestration_layer_orchestration_modu_72373e29,node_agent_mmd_tool_layer_toollayer_module_boundaries_fecf90b5,node_agent_mmd_memory_vector_layer_memorylayer_module_9bfd18b1,linear_command_spec_1e12dd44,linear_command_runner_4a740dfc,command_specs_69167c63,node_agent_mmd_orchestration_layer_orchestration_comm_a137ef0a,node_agent_mmd_memory_vector_layer_memorylayer_comman_d36d1650,node_agent_mmd_orchestration_layer_orchestration_comm_1f8cc24c,node_agent_mmd_llm_model_layer_llmlayer_command_specs_782af9fa,node_agent_mmd_memory_vector_layer_memorylayer_comman_111eb454 agentNode
  classDef llmNode fill:#555,color:#fff
-   class node_agent_mmd_llm_model_layer_llmlayer_cli_dispatch__7ecbc6e7,node_agent_mmd_memory_vector_layer_memorylayer_cli_di_c121353b,node_agent_mmd_llm_model_layer_llmlayer_search_search_66b9a911,node_agent_mmd_memory_vector_layer_memorylayer_search_ac35cb7e,node_agent_mmd_llm_model_layer_llmlayer_search_test_s_72d50705,node_agent_mmd_memory_vector_layer_memorylayer_search_ebbe6c53,node_agent_mmd_orchestration_layer_orchestration_reme_359fe98f,node_agent_mmd_llm_model_layer_llmlayer_remediate_run_9e3d4585,node_agent_mmd_tool_layer_toollayer_remediate_runner__c003b871,prompt_gate_c5e9d207,prompt_gate_test_1a442b27,node_agent_mmd_llm_model_layer_llmlayer_index_context_1041bd11,node_agent_mmd_memory_vector_layer_memorylayer_index__6f3402d0,node_agent_mmd_llm_model_layer_llmlayer_index_context_7e927b45,node_agent_mmd_memory_vector_layer_memorylayer_index__46fc46d7,contract_test_2262847f,node_agent_mmd_llm_model_layer_llmlayer_context_conte_ad2dfbd9,node_agent_mmd_memory_vector_layer_memorylayer_contex_78ceaaa9,node_agent_mmd_llm_model_layer_llmlayer_context_test__32277db3,node_agent_mmd_memory_vector_layer_memorylayer_contex_4e7cab00,check_environment_core_2c16213f,sensitive_text_7c11f760,north_star_validators_cfc926ce,node_agent_mmd_llm_model_layer_llmlayer_sync_contract_9f3cc8c1,node_agent_mmd_memory_vector_layer_memorylayer_sync_c_e43418bc,node_agent_mmd_llm_model_layer_llmlayer_ollama_ollama_968b23fa,node_agent_mmd_memory_vector_layer_memorylayer_ollama_6d51be16,node_agent_mmd_llm_model_layer_llmlayer_ollama_test_o_d62a0b5a,node_agent_mmd_memory_vector_layer_memorylayer_ollama_d800c0c4,node_agent_mmd_llm_model_layer_llmlayer_indexer_index_4f4deef5,node_agent_mmd_memory_vector_layer_memorylayer_indexe_93e6d86f,node_agent_mmd_llm_model_layer_llmlayer_index_index_1_02e160ff,node_agent_mmd_memory_vector_layer_memorylayer_index__752bc61e,node_agent_mmd_llm_model_layer_llmlayer_constants_con_c9bd3f6c,node_agent_mmd_memory_vector_layer_memorylayer_consta_702d3f46,node_agent_mmd_orchestration_layer_orchestration_comm_1f8cc24c,node_agent_mmd_llm_model_layer_llmlayer_command_specs_782af9fa,node_agent_mmd_memory_vector_layer_memorylayer_comman_111eb454 llmNode
+   class node_agent_mmd_llm_model_layer_llmlayer_cli_dispatch__7ecbc6e7,node_agent_mmd_memory_vector_layer_memorylayer_cli_di_c121353b,node_agent_mmd_llm_model_layer_llmlayer_search_search_66b9a911,node_agent_mmd_memory_vector_layer_memorylayer_search_ac35cb7e,node_agent_mmd_llm_model_layer_llmlayer_search_test_s_72d50705,node_agent_mmd_memory_vector_layer_memorylayer_search_ebbe6c53,node_agent_mmd_orchestration_layer_orchestration_reme_359fe98f,node_agent_mmd_llm_model_layer_llmlayer_remediate_run_9e3d4585,node_agent_mmd_tool_layer_toollayer_remediate_runner__c003b871,prompt_gate_c5e9d207,prompt_gate_test_1a442b27,node_agent_mmd_llm_model_layer_llmlayer_index_context_1041bd11,node_agent_mmd_memory_vector_layer_memorylayer_index__6f3402d0,node_agent_mmd_llm_model_layer_llmlayer_index_context_7e927b45,node_agent_mmd_memory_vector_layer_memorylayer_index__46fc46d7,contract_test_2262847f,node_agent_mmd_llm_model_layer_llmlayer_context_conte_ad2dfbd9,node_agent_mmd_memory_vector_layer_memorylayer_contex_78ceaaa9,node_agent_mmd_llm_model_layer_llmlayer_context_test__32277db3,node_agent_mmd_memory_vector_layer_memorylayer_contex_4e7cab00,check_environment_core_2c16213f,sensitive_text_7c11f760,node_agent_mmd_llm_model_layer_llmlayer_sync_contract_9f3cc8c1,node_agent_mmd_memory_vector_layer_memorylayer_sync_c_e43418bc,node_agent_mmd_llm_model_layer_llmlayer_ollama_ollama_968b23fa,node_agent_mmd_memory_vector_layer_memorylayer_ollama_6d51be16,node_agent_mmd_llm_model_layer_llmlayer_ollama_test_o_d62a0b5a,node_agent_mmd_memory_vector_layer_memorylayer_ollama_d800c0c4,node_agent_mmd_llm_model_layer_llmlayer_indexer_index_4f4deef5,node_agent_mmd_memory_vector_layer_memorylayer_indexe_93e6d86f,node_agent_mmd_llm_model_layer_llmlayer_index_index_1_02e160ff,node_agent_mmd_memory_vector_layer_memorylayer_index__752bc61e,node_agent_mmd_llm_model_layer_llmlayer_constants_con_c9bd3f6c,node_agent_mmd_memory_vector_layer_memorylayer_consta_702d3f46,north_star_validators_cfc926ce,node_agent_mmd_orchestration_layer_orchestration_comm_1f8cc24c,node_agent_mmd_llm_model_layer_llmlayer_command_specs_782af9fa,node_agent_mmd_memory_vector_layer_memorylayer_comman_111eb454 llmNode
  classDef toolNode fill:#555,color:#fff
-   class node_agent_mmd_orchestration_layer_orchestration_coll_37781291,node_agent_mmd_tool_layer_toollayer_collect_observed__f30f627d,verify_work_test_0e12f6c5,node_agent_mmd_orchestration_layer_orchestration_revi_ae9f100c,node_agent_mmd_tool_layer_toollayer_review_gate_test__548e6c28,node_agent_mmd_memory_vector_layer_memorylayer_review_e0e0b257,node_agent_mmd_tool_layer_toollayer_review_gate_core__7704598b,node_agent_mmd_memory_vector_layer_memorylayer_review_5bee9816,remediate_test_6f59cafe,node_agent_mmd_orchestration_layer_orchestration_reme_359fe98f,node_agent_mmd_llm_model_layer_llmlayer_remediate_run_9e3d4585,node_agent_mmd_tool_layer_toollayer_remediate_runner__c003b871,remediate_cli_output_cc165396,pr_closeout_test_1_be1a0df1,policy_gate_213f7313,next_blocked_decisions_4140ad2b,node_agent_mmd_orchestration_layer_orchestration_lear_5a2a5b08,node_agent_mmd_tool_layer_toollayer_learnings_test_le_d61f175f,node_agent_mmd_orchestration_layer_orchestration_init_daf6ae1b,node_agent_mmd_tool_layer_toollayer_init_test_init_te_ae014ee3,node_agent_mmd_memory_vector_layer_memorylayer_init_t_bac0fb9d,doctor_test_e032e8b5,doctor_tool_checks_4acac51a,doctor_github_tool_checks_a53b0382,doctor_checks_5a2eb2b9,node_agent_mmd_orchestration_layer_orchestration_docs_22c7ae60,node_agent_mmd_tool_layer_toollayer_docs_gate_test_do_ca0c4c21,node_agent_mmd_memory_vector_layer_memorylayer_docs_g_2ab7a620,node_agent_mmd_tool_layer_toollayer_ci_migrate_core_c_049f8460,node_agent_mmd_memory_vector_layer_memorylayer_ci_mig_0cd5b1a4,types_4_822d0f88,node_agent_mmd_orchestration_layer_orchestration_tool_cc43149f,node_agent_mmd_tool_layer_toollayer_tooling_baseline__61e66e9f,node_agent_mmd_memory_vector_layer_memorylayer_toolin_14f86b00,tooling_baseline_test_d272ddb6,node_agent_mmd_orchestration_layer_orchestration_orch_af4e7416,node_agent_mmd_tool_layer_toollayer_orchestrator_test_b563c528,normalise_test_73e8a615,normalise_renderer_85f2e563,normalise_he_phase_exit_test_1788efc4,node_agent_mmd_tool_layer_toollayer_validator_validat_96a84a52,node_agent_mmd_memory_vector_layer_memorylayer_valida_1b167f63,node_agent_mmd_tool_layer_toollayer_metrics_tracker_m_4c9237d8,node_agent_mmd_memory_vector_layer_memorylayer_metric_12562178,node_agent_mmd_tool_layer_toollayer_metrics_tracker_t_8947b778,node_agent_mmd_memory_vector_layer_memorylayer_metric_74129788,evaluation_engine_core_e054fe49,scaffold_shell_quality_test_79567d03,scaffold_release_private_npm_template_075499f8,scaffold_github_actions_pr_pipeline_template_e2b85f62,scaffold_github_actions_pr_pipeline_template_test_be464a7b,scaffold_github_actions_pr_pipeline_renderer_1ee18de5,scaffold_github_actions_pr_pipeline_renderer_test_2cc38272,node_agent_mmd_orchestration_layer_orchestration_scaf_c9a90c2f,node_agent_mmd_tool_layer_toollayer_scaffold_environm_c1afc013,node_agent_mmd_memory_vector_layer_memorylayer_scaffo_12b42341,node_agent_mmd_orchestration_layer_orchestration_scaf_78d57a93,node_agent_mmd_tool_layer_toollayer_scaffold_environm_1a8f8168,scaffold_config_templates_4b80ce53,scaffold_codex_environment_templates_334fbbed,scaffold_ci_templates_2afd6392,init_output_360dce91,pr_creator_dc6b1ea4,client_1_914e1681,observed_skill_usage_ed7d5930,observed_skill_usage_test_311c215a,ralph_runtime_73d63c0e,closure_evidence_aaa31467,validator_helpers_7b927667,node_agent_mmd_orchestration_layer_orchestration_vali_d9fe99e6,node_agent_mmd_tool_layer_toollayer_validator_core_va_6ef6131f,node_agent_mmd_memory_vector_layer_memorylayer_valida_41034356,node_agent_mmd_orchestration_layer_orchestration_type_7cf81261,node_agent_mmd_tool_layer_toollayer_types_core_types__6c8319b6,node_agent_mmd_memory_vector_layer_memorylayer_types__83f369fa,node_agent_mmd_orchestration_layer_orchestration_poli_3270b55d,node_agent_mmd_tool_layer_toollayer_policy_validators_af136abf,node_agent_mmd_memory_vector_layer_memorylayer_policy_1944de42,node_agent_mmd_orchestration_layer_orchestration_he_p_fc778c24,node_agent_mmd_tool_layer_toollayer_he_phase_exit_cor_af016160,node_agent_mmd_orchestration_layer_orchestration_harn_7761fad1,node_agent_mmd_tool_layer_toollayer_harness_closeout__df9d1dab,node_agent_mmd_orchestration_layer_orchestration_modu_72373e29,node_agent_mmd_tool_layer_toollayer_module_boundaries_fecf90b5,node_agent_mmd_memory_vector_layer_memorylayer_module_9bfd18b1,node_agent_mmd_tool_layer_toollayer_command_registry__cce57abe,node_agent_mmd_memory_vector_layer_memorylayer_comman_362247bb,node_agent_mmd_tool_layer_toollayer_command_capabilit_e97a4615,node_agent_mmd_memory_vector_layer_memorylayer_comman_c72a5d05,command_capabilities_a4d5c71e toolNode
+   class node_agent_mmd_orchestration_layer_orchestration_coll_37781291,node_agent_mmd_tool_layer_toollayer_collect_observed__f30f627d,verify_work_test_0e12f6c5,node_agent_mmd_orchestration_layer_orchestration_revi_ae9f100c,node_agent_mmd_tool_layer_toollayer_review_gate_test__548e6c28,node_agent_mmd_memory_vector_layer_memorylayer_review_e0e0b257,node_agent_mmd_tool_layer_toollayer_review_gate_core__7704598b,node_agent_mmd_memory_vector_layer_memorylayer_review_5bee9816,remediate_test_6f59cafe,node_agent_mmd_orchestration_layer_orchestration_reme_359fe98f,node_agent_mmd_llm_model_layer_llmlayer_remediate_run_9e3d4585,node_agent_mmd_tool_layer_toollayer_remediate_runner__c003b871,remediate_cli_output_cc165396,pr_closeout_test_1_be1a0df1,policy_gate_213f7313,next_blocked_decisions_4140ad2b,node_agent_mmd_orchestration_layer_orchestration_lear_5a2a5b08,node_agent_mmd_tool_layer_toollayer_learnings_test_le_d61f175f,node_agent_mmd_orchestration_layer_orchestration_init_daf6ae1b,node_agent_mmd_tool_layer_toollayer_init_test_init_te_ae014ee3,node_agent_mmd_memory_vector_layer_memorylayer_init_t_bac0fb9d,doctor_test_e032e8b5,doctor_tool_checks_4acac51a,doctor_github_tool_checks_a53b0382,doctor_checks_5a2eb2b9,node_agent_mmd_orchestration_layer_orchestration_docs_22c7ae60,node_agent_mmd_tool_layer_toollayer_docs_gate_test_do_ca0c4c21,node_agent_mmd_memory_vector_layer_memorylayer_docs_g_2ab7a620,node_agent_mmd_tool_layer_toollayer_ci_migrate_core_c_049f8460,node_agent_mmd_memory_vector_layer_memorylayer_ci_mig_0cd5b1a4,types_1_4ecdf56e,node_agent_mmd_orchestration_layer_orchestration_orch_af4e7416,node_agent_mmd_tool_layer_toollayer_orchestrator_test_b563c528,node_agent_mmd_orchestration_layer_orchestration_tool_cc43149f,node_agent_mmd_tool_layer_toollayer_tooling_baseline__61e66e9f,node_agent_mmd_memory_vector_layer_memorylayer_toolin_14f86b00,tooling_baseline_test_d272ddb6,evaluation_engine_core_e054fe49,normalise_test_73e8a615,normalise_renderer_85f2e563,normalise_he_phase_exit_test_1788efc4,node_agent_mmd_tool_layer_toollayer_validator_validat_96a84a52,node_agent_mmd_memory_vector_layer_memorylayer_valida_1b167f63,node_agent_mmd_tool_layer_toollayer_metrics_tracker_m_4c9237d8,node_agent_mmd_memory_vector_layer_memorylayer_metric_12562178,node_agent_mmd_tool_layer_toollayer_metrics_tracker_t_8947b778,node_agent_mmd_memory_vector_layer_memorylayer_metric_74129788,client_1_914e1681,pr_creator_dc6b1ea4,scaffold_shell_quality_test_79567d03,scaffold_release_private_npm_template_075499f8,scaffold_github_actions_pr_pipeline_template_e2b85f62,scaffold_github_actions_pr_pipeline_template_test_be464a7b,scaffold_github_actions_pr_pipeline_renderer_1ee18de5,scaffold_github_actions_pr_pipeline_renderer_test_2cc38272,node_agent_mmd_orchestration_layer_orchestration_scaf_c9a90c2f,node_agent_mmd_tool_layer_toollayer_scaffold_environm_c1afc013,node_agent_mmd_memory_vector_layer_memorylayer_scaffo_12b42341,node_agent_mmd_orchestration_layer_orchestration_scaf_78d57a93,node_agent_mmd_tool_layer_toollayer_scaffold_environm_1a8f8168,scaffold_config_templates_4b80ce53,scaffold_codex_environment_templates_334fbbed,scaffold_ci_templates_2afd6392,init_output_360dce91,closure_evidence_aaa31467,observed_skill_usage_ed7d5930,observed_skill_usage_test_311c215a,ralph_runtime_73d63c0e,node_agent_mmd_orchestration_layer_orchestration_he_p_fc778c24,node_agent_mmd_tool_layer_toollayer_he_phase_exit_cor_af016160,node_agent_mmd_orchestration_layer_orchestration_harn_7761fad1,node_agent_mmd_tool_layer_toollayer_harness_closeout__df9d1dab,node_agent_mmd_tool_layer_toollayer_command_registry__cce57abe,node_agent_mmd_memory_vector_layer_memorylayer_comman_362247bb,validator_helpers_7b927667,node_agent_mmd_orchestration_layer_orchestration_vali_d9fe99e6,node_agent_mmd_tool_layer_toollayer_validator_core_va_6ef6131f,node_agent_mmd_memory_vector_layer_memorylayer_valida_41034356,node_agent_mmd_orchestration_layer_orchestration_type_7cf81261,node_agent_mmd_tool_layer_toollayer_types_core_types__6c8319b6,node_agent_mmd_memory_vector_layer_memorylayer_types__83f369fa,node_agent_mmd_orchestration_layer_orchestration_poli_3270b55d,node_agent_mmd_tool_layer_toollayer_policy_validators_af136abf,node_agent_mmd_memory_vector_layer_memorylayer_policy_1944de42,node_agent_mmd_orchestration_layer_orchestration_modu_72373e29,node_agent_mmd_tool_layer_toollayer_module_boundaries_fecf90b5,node_agent_mmd_memory_vector_layer_memorylayer_module_9bfd18b1,node_agent_mmd_tool_layer_toollayer_command_capabilit_e97a4615,node_agent_mmd_memory_vector_layer_memorylayer_comman_c72a5d05,command_capabilities_a4d5c71e toolNode
  classDef memNode fill:#555,color:#fff
-   class node_agent_mmd_llm_model_layer_llmlayer_cli_dispatch__7ecbc6e7,node_agent_mmd_memory_vector_layer_memorylayer_cli_di_c121353b,run_local_memory_preflight_36e92808,run_local_memory_preflight_test_1d7c5aa0,pr_template_validator_test_569b1cef,node_agent_mmd_orchestration_layer_orchestration_tool_5f9f8adf,node_agent_mmd_memory_vector_layer_memorylayer_toolin_48be0fc9,node_agent_mmd_orchestration_layer_orchestration_tool_acfe0c01,node_agent_mmd_memory_vector_layer_memorylayer_toolin_a1185b8f,node_agent_mmd_llm_model_layer_llmlayer_search_search_66b9a911,node_agent_mmd_memory_vector_layer_memorylayer_search_ac35cb7e,node_agent_mmd_llm_model_layer_llmlayer_search_test_s_72d50705,node_agent_mmd_memory_vector_layer_memorylayer_search_ebbe6c53,node_agent_mmd_orchestration_layer_orchestration_revi_ae9f100c,node_agent_mmd_tool_layer_toollayer_review_gate_test__548e6c28,node_agent_mmd_memory_vector_layer_memorylayer_review_e0e0b257,node_agent_mmd_tool_layer_toollayer_review_gate_core__7704598b,node_agent_mmd_memory_vector_layer_memorylayer_review_5bee9816,review_context_ca6cf81d,node_agent_mmd_orchestration_layer_orchestration_revi_84f25e5b,node_agent_mmd_memory_vector_layer_memorylayer_review_3255d3cf,node_agent_mmd_orchestration_layer_orchestration_refr_10a87984,node_agent_mmd_memory_vector_layer_memorylayer_refres_b1a0f415,pattern_scope_siblings_43abe000,memory_gate_a577a506,local_memory_preflight_dcc36c42,local_memory_preflight_test_5e323bbf,node_agent_mmd_orchestration_layer_orchestration_init_daf6ae1b,node_agent_mmd_tool_layer_toollayer_init_test_init_te_ae014ee3,node_agent_mmd_memory_vector_layer_memorylayer_init_t_bac0fb9d,node_agent_mmd_llm_model_layer_llmlayer_index_context_1041bd11,node_agent_mmd_memory_vector_layer_memorylayer_index__6f3402d0,node_agent_mmd_llm_model_layer_llmlayer_index_context_7e927b45,node_agent_mmd_memory_vector_layer_memorylayer_index__46fc46d7,node_agent_mmd_orchestration_layer_orchestration_docs_22c7ae60,node_agent_mmd_tool_layer_toollayer_docs_gate_test_do_ca0c4c21,node_agent_mmd_memory_vector_layer_memorylayer_docs_g_2ab7a620,docs_gate_core_eb9b6c18,node_agent_mmd_llm_model_layer_llmlayer_context_conte_ad2dfbd9,node_agent_mmd_memory_vector_layer_memorylayer_contex_78ceaaa9,node_agent_mmd_llm_model_layer_llmlayer_context_test__32277db3,node_agent_mmd_memory_vector_layer_memorylayer_contex_4e7cab00,context_integrity_acceptance_test_59f961b1,context_health_80bb7da9,context_health_test_3b5b87f3,node_agent_mmd_orchestration_layer_orchestration_ci_m_a6704d8b,node_agent_mmd_memory_vector_layer_memorylayer_ci_mig_df76706f,node_agent_mmd_tool_layer_toollayer_ci_migrate_core_c_049f8460,node_agent_mmd_memory_vector_layer_memorylayer_ci_mig_0cd5b1a4,check_diagram_freshness_test_c1dc40aa,branch_protect_core_a8feb0fd,node_agent_mmd_orchestration_layer_orchestration_brai_9c019b6e,node_agent_mmd_memory_vector_layer_memorylayer_brain__80b5ea48,node_agent_mmd_orchestration_layer_orchestration_agen_eb715f44,node_agent_mmd_memory_vector_layer_memorylayer_agent__6f084ab8,overload_guard_2748c559,overload_guard_test_6ece9f86,types_2_d9bc6e7a,performance_overload_c685bfcf,local_memory_0db17ecc,local_memory_smoke_1175abfc,types_7_2f1ed65e,claim_helpers_20dc8387,node_agent_mmd_orchestration_layer_orchestration_sugg_85c5ebe3,node_agent_mmd_memory_vector_layer_memorylayer_sugges_267f408d,node_agent_mmd_orchestration_layer_orchestration_sugg_d0ad9d8e,node_agent_mmd_memory_vector_layer_memorylayer_sugges_b043d150,node_agent_mmd_orchestration_layer_orchestration_tool_cc43149f,node_agent_mmd_tool_layer_toollayer_tooling_baseline__61e66e9f,node_agent_mmd_memory_vector_layer_memorylayer_toolin_14f86b00,node_agent_mmd_orchestration_layer_orchestration_clas_899b821a,node_agent_mmd_memory_vector_layer_memorylayer_classi_1ebbf5ff,node_agent_mmd_orchestration_layer_orchestration_clas_402e0b3f,node_agent_mmd_memory_vector_layer_memorylayer_classi_58e617e7,node_agent_mmd_tool_layer_toollayer_validator_validat_96a84a52,node_agent_mmd_memory_vector_layer_memorylayer_valida_1b167f63,validator_test_1_c5015ca0,types_11_4be3ee64,node_agent_mmd_tool_layer_toollayer_metrics_tracker_m_4c9237d8,node_agent_mmd_memory_vector_layer_memorylayer_metric_12562178,node_agent_mmd_tool_layer_toollayer_metrics_tracker_t_8947b778,node_agent_mmd_memory_vector_layer_memorylayer_metric_74129788,branch_enforcer_acb749cd,review_context_1_e3afed15,index_2_10143590,eval_seed_5699fd3e,workflow_contract_scripts_test_681e2e3c,scaffold_workflow_template_92310587,node_agent_mmd_orchestration_layer_orchestration_scaf_ff8f92f6,node_agent_mmd_memory_vector_layer_memorylayer_scaffo_a86eece1,scaffold_surfaces_12d6494e,scaffold_shell_templates_0ad0f915,scaffold_script_template_registry_69312d4e,scaffold_script_template_registry_test_6a8ebefe,scaffold_root_command_templates_404fed7f,scaffold_root_command_templates_test_14596939,node_agent_mmd_orchestration_layer_orchestration_scaf_c9a90c2f,node_agent_mmd_tool_layer_toollayer_scaffold_environm_c1afc013,node_agent_mmd_memory_vector_layer_memorylayer_scaffo_12b42341,node_agent_mmd_orchestration_layer_orchestration_scaf_12cc07db,node_agent_mmd_memory_vector_layer_memorylayer_scaffo_5fd73b94,scaffold_diagram_templates_dd88e83c,scaffold_diagram_templates_test_f3774c28,node_agent_mmd_orchestration_layer_orchestration_proj_6ab6f60f,node_agent_mmd_memory_vector_layer_memorylayer_projec_3ae304d9,node_agent_mmd_orchestration_layer_orchestration_proj_d78b2f4f,node_agent_mmd_memory_vector_layer_memorylayer_projec_6048335b,node_agent_mmd_orchestration_layer_orchestration_init_2a9c3ecb,node_agent_mmd_memory_vector_layer_memorylayer_init_m_333d02c5,codex_preflight_symlink_test_037558db,node_agent_mmd_orchestration_layer_orchestration_vali_a3b17e45,node_agent_mmd_memory_vector_layer_memorylayer_valida_caacfcdf,node_agent_mmd_orchestration_layer_orchestration_vali_d9fe99e6,node_agent_mmd_tool_layer_toollayer_validator_core_va_6ef6131f,node_agent_mmd_memory_vector_layer_memorylayer_valida_41034356,node_agent_mmd_orchestration_layer_orchestration_type_7cf81261,node_agent_mmd_tool_layer_toollayer_types_core_types__6c8319b6,node_agent_mmd_memory_vector_layer_memorylayer_types__83f369fa,node_agent_mmd_orchestration_layer_orchestration_poli_3270b55d,node_agent_mmd_tool_layer_toollayer_policy_validators_af136abf,node_agent_mmd_memory_vector_layer_memorylayer_policy_1944de42,loader_test_03424671,json_schema_core_96d7e328,index_5_522f772a,harness_run_context_ac7c77a9,harness_run_context_test_c6937fed,harness_decision_test_7e5a4fe5,branch_protect_sync_570adb18,node_agent_mmd_orchestration_layer_orchestration_modu_72373e29,node_agent_mmd_tool_layer_toollayer_module_boundaries_fecf90b5,node_agent_mmd_memory_vector_layer_memorylayer_module_9bfd18b1,types_20_071a0112,node_agent_mmd_llm_model_layer_llmlayer_sync_contract_9f3cc8c1,node_agent_mmd_memory_vector_layer_memorylayer_sync_c_e43418bc,sync_contract_test_5dc3165c,store_824d80d7,sources_1_e133d97d,rollout_a4fa034c,node_agent_mmd_llm_model_layer_llmlayer_ollama_ollama_968b23fa,node_agent_mmd_memory_vector_layer_memorylayer_ollama_6d51be16,node_agent_mmd_llm_model_layer_llmlayer_ollama_test_o_d62a0b5a,node_agent_mmd_memory_vector_layer_memorylayer_ollama_d800c0c4,lexical_fallback_723e2b3e,init_error_5c7dd49f,node_agent_mmd_llm_model_layer_llmlayer_indexer_index_4f4deef5,node_agent_mmd_memory_vector_layer_memorylayer_indexe_93e6d86f,indexer_test_d492f0aa,node_agent_mmd_llm_model_layer_llmlayer_index_index_1_02e160ff,node_agent_mmd_memory_vector_layer_memorylayer_index__752bc61e,context_compact_policy_3dcaf95d,context_compact_policy_test_da148267,node_agent_mmd_llm_model_layer_llmlayer_constants_con_c9bd3f6c,node_agent_mmd_memory_vector_layer_memorylayer_consta_702d3f46,constants_test_5492ae98,node_agent_mmd_tool_layer_toollayer_command_registry__cce57abe,node_agent_mmd_memory_vector_layer_memorylayer_comman_362247bb,review_gate_command_spec_3187376a,local_memory_preflight_command_spec_9e23f3ce,node_agent_mmd_orchestration_layer_orchestration_comm_a137ef0a,node_agent_mmd_memory_vector_layer_memorylayer_comman_d36d1650,node_agent_mmd_orchestration_layer_orchestration_comm_1f8cc24c,node_agent_mmd_llm_model_layer_llmlayer_command_specs_782af9fa,node_agent_mmd_memory_vector_layer_memorylayer_comman_111eb454,node_agent_mmd_tool_layer_toollayer_command_capabilit_e97a4615,node_agent_mmd_memory_vector_layer_memorylayer_comman_c72a5d05 memNode
+   class node_agent_mmd_llm_model_layer_llmlayer_cli_dispatch__7ecbc6e7,node_agent_mmd_memory_vector_layer_memorylayer_cli_di_c121353b,pr_template_validator_test_569b1cef,run_local_memory_preflight_36e92808,run_local_memory_preflight_test_1d7c5aa0,node_agent_mmd_orchestration_layer_orchestration_tool_5f9f8adf,node_agent_mmd_memory_vector_layer_memorylayer_toolin_48be0fc9,node_agent_mmd_orchestration_layer_orchestration_tool_acfe0c01,node_agent_mmd_memory_vector_layer_memorylayer_toolin_a1185b8f,node_agent_mmd_llm_model_layer_llmlayer_search_search_66b9a911,node_agent_mmd_memory_vector_layer_memorylayer_search_ac35cb7e,node_agent_mmd_llm_model_layer_llmlayer_search_test_s_72d50705,node_agent_mmd_memory_vector_layer_memorylayer_search_ebbe6c53,node_agent_mmd_orchestration_layer_orchestration_revi_ae9f100c,node_agent_mmd_tool_layer_toollayer_review_gate_test__548e6c28,node_agent_mmd_memory_vector_layer_memorylayer_review_e0e0b257,node_agent_mmd_tool_layer_toollayer_review_gate_core__7704598b,node_agent_mmd_memory_vector_layer_memorylayer_review_5bee9816,review_context_ca6cf81d,node_agent_mmd_orchestration_layer_orchestration_revi_84f25e5b,node_agent_mmd_memory_vector_layer_memorylayer_review_3255d3cf,node_agent_mmd_orchestration_layer_orchestration_refr_10a87984,node_agent_mmd_memory_vector_layer_memorylayer_refres_b1a0f415,pattern_scope_siblings_43abe000,memory_gate_a577a506,local_memory_preflight_dcc36c42,local_memory_preflight_test_5e323bbf,node_agent_mmd_orchestration_layer_orchestration_init_daf6ae1b,node_agent_mmd_tool_layer_toollayer_init_test_init_te_ae014ee3,node_agent_mmd_memory_vector_layer_memorylayer_init_t_bac0fb9d,node_agent_mmd_llm_model_layer_llmlayer_index_context_1041bd11,node_agent_mmd_memory_vector_layer_memorylayer_index__6f3402d0,node_agent_mmd_llm_model_layer_llmlayer_index_context_7e927b45,node_agent_mmd_memory_vector_layer_memorylayer_index__46fc46d7,node_agent_mmd_orchestration_layer_orchestration_docs_22c7ae60,node_agent_mmd_tool_layer_toollayer_docs_gate_test_do_ca0c4c21,node_agent_mmd_memory_vector_layer_memorylayer_docs_g_2ab7a620,docs_gate_core_eb9b6c18,node_agent_mmd_llm_model_layer_llmlayer_context_conte_ad2dfbd9,node_agent_mmd_memory_vector_layer_memorylayer_contex_78ceaaa9,node_agent_mmd_llm_model_layer_llmlayer_context_test__32277db3,node_agent_mmd_memory_vector_layer_memorylayer_contex_4e7cab00,context_integrity_acceptance_test_59f961b1,context_health_80bb7da9,context_health_test_3b5b87f3,node_agent_mmd_orchestration_layer_orchestration_ci_m_a6704d8b,node_agent_mmd_memory_vector_layer_memorylayer_ci_mig_df76706f,node_agent_mmd_tool_layer_toollayer_ci_migrate_core_c_049f8460,node_agent_mmd_memory_vector_layer_memorylayer_ci_mig_0cd5b1a4,check_diagram_freshness_test_c1dc40aa,branch_protect_core_a8feb0fd,node_agent_mmd_orchestration_layer_orchestration_brai_9c019b6e,node_agent_mmd_memory_vector_layer_memorylayer_brain__80b5ea48,node_agent_mmd_orchestration_layer_orchestration_agen_eb715f44,node_agent_mmd_memory_vector_layer_memorylayer_agent__6f084ab8,overload_guard_2748c559,overload_guard_test_6ece9f86,types_3_9675d69b,node_agent_mmd_orchestration_layer_orchestration_sugg_85c5ebe3,node_agent_mmd_memory_vector_layer_memorylayer_sugges_267f408d,node_agent_mmd_orchestration_layer_orchestration_sugg_d0ad9d8e,node_agent_mmd_memory_vector_layer_memorylayer_sugges_b043d150,performance_overload_c685bfcf,local_memory_0db17ecc,local_memory_smoke_1175abfc,types_8_f6283648,claim_helpers_20dc8387,node_agent_mmd_orchestration_layer_orchestration_tool_cc43149f,node_agent_mmd_tool_layer_toollayer_tooling_baseline__61e66e9f,node_agent_mmd_memory_vector_layer_memorylayer_toolin_14f86b00,node_agent_mmd_orchestration_layer_orchestration_clas_899b821a,node_agent_mmd_memory_vector_layer_memorylayer_classi_1ebbf5ff,node_agent_mmd_orchestration_layer_orchestration_clas_402e0b3f,node_agent_mmd_memory_vector_layer_memorylayer_classi_58e617e7,node_agent_mmd_tool_layer_toollayer_validator_validat_96a84a52,node_agent_mmd_memory_vector_layer_memorylayer_valida_1b167f63,validator_test_1_c5015ca0,types_12_2b09659a,node_agent_mmd_tool_layer_toollayer_metrics_tracker_m_4c9237d8,node_agent_mmd_memory_vector_layer_memorylayer_metric_12562178,node_agent_mmd_tool_layer_toollayer_metrics_tracker_t_8947b778,node_agent_mmd_memory_vector_layer_memorylayer_metric_74129788,branch_enforcer_acb749cd,review_context_1_e3afed15,index_2_10143590,eval_seed_5699fd3e,workflow_contract_scripts_test_681e2e3c,scaffold_workflow_template_92310587,node_agent_mmd_orchestration_layer_orchestration_scaf_ff8f92f6,node_agent_mmd_memory_vector_layer_memorylayer_scaffo_a86eece1,scaffold_surfaces_12d6494e,scaffold_shell_templates_0ad0f915,scaffold_script_template_registry_69312d4e,scaffold_script_template_registry_test_6a8ebefe,scaffold_root_command_templates_404fed7f,scaffold_root_command_templates_test_14596939,node_agent_mmd_orchestration_layer_orchestration_scaf_c9a90c2f,node_agent_mmd_tool_layer_toollayer_scaffold_environm_c1afc013,node_agent_mmd_memory_vector_layer_memorylayer_scaffo_12b42341,node_agent_mmd_orchestration_layer_orchestration_scaf_12cc07db,node_agent_mmd_memory_vector_layer_memorylayer_scaffo_5fd73b94,scaffold_diagram_templates_dd88e83c,scaffold_diagram_templates_test_f3774c28,node_agent_mmd_orchestration_layer_orchestration_proj_6ab6f60f,node_agent_mmd_memory_vector_layer_memorylayer_projec_3ae304d9,node_agent_mmd_orchestration_layer_orchestration_proj_d78b2f4f,node_agent_mmd_memory_vector_layer_memorylayer_projec_6048335b,node_agent_mmd_orchestration_layer_orchestration_init_2a9c3ecb,node_agent_mmd_memory_vector_layer_memorylayer_init_m_333d02c5,codex_preflight_symlink_test_037558db,harness_decision_test_7e5a4fe5,types_18_37582e2a,node_agent_mmd_llm_model_layer_llmlayer_sync_contract_9f3cc8c1,node_agent_mmd_memory_vector_layer_memorylayer_sync_c_e43418bc,sync_contract_test_5dc3165c,store_824d80d7,sources_1_e133d97d,rollout_a4fa034c,node_agent_mmd_llm_model_layer_llmlayer_ollama_ollama_968b23fa,node_agent_mmd_memory_vector_layer_memorylayer_ollama_6d51be16,node_agent_mmd_llm_model_layer_llmlayer_ollama_test_o_d62a0b5a,node_agent_mmd_memory_vector_layer_memorylayer_ollama_d800c0c4,lexical_fallback_723e2b3e,init_error_5c7dd49f,node_agent_mmd_llm_model_layer_llmlayer_indexer_index_4f4deef5,node_agent_mmd_memory_vector_layer_memorylayer_indexe_93e6d86f,indexer_test_d492f0aa,node_agent_mmd_llm_model_layer_llmlayer_index_index_1_02e160ff,node_agent_mmd_memory_vector_layer_memorylayer_index__752bc61e,context_compact_policy_3dcaf95d,context_compact_policy_test_da148267,node_agent_mmd_llm_model_layer_llmlayer_constants_con_c9bd3f6c,node_agent_mmd_memory_vector_layer_memorylayer_consta_702d3f46,constants_test_5492ae98,node_agent_mmd_tool_layer_toollayer_command_registry__cce57abe,node_agent_mmd_memory_vector_layer_memorylayer_comman_362247bb,node_agent_mmd_orchestration_layer_orchestration_vali_a3b17e45,node_agent_mmd_memory_vector_layer_memorylayer_valida_caacfcdf,node_agent_mmd_orchestration_layer_orchestration_vali_d9fe99e6,node_agent_mmd_tool_layer_toollayer_validator_core_va_6ef6131f,node_agent_mmd_memory_vector_layer_memorylayer_valida_41034356,node_agent_mmd_orchestration_layer_orchestration_type_7cf81261,node_agent_mmd_tool_layer_toollayer_types_core_types__6c8319b6,node_agent_mmd_memory_vector_layer_memorylayer_types__83f369fa,node_agent_mmd_orchestration_layer_orchestration_poli_3270b55d,node_agent_mmd_tool_layer_toollayer_policy_validators_af136abf,node_agent_mmd_memory_vector_layer_memorylayer_policy_1944de42,loader_test_03424671,json_schema_core_96d7e328,index_6_fc9e91e2,harness_run_context_ac7c77a9,harness_run_context_test_c6937fed,branch_protect_sync_570adb18,node_agent_mmd_orchestration_layer_orchestration_modu_72373e29,node_agent_mmd_tool_layer_toollayer_module_boundaries_fecf90b5,node_agent_mmd_memory_vector_layer_memorylayer_module_9bfd18b1,review_gate_command_spec_3187376a,memory_gate_command_spec_dc9001a9,local_memory_preflight_command_spec_9e23f3ce,node_agent_mmd_orchestration_layer_orchestration_comm_a137ef0a,node_agent_mmd_memory_vector_layer_memorylayer_comman_d36d1650,node_agent_mmd_orchestration_layer_orchestration_comm_1f8cc24c,node_agent_mmd_llm_model_layer_llmlayer_command_specs_782af9fa,node_agent_mmd_memory_vector_layer_memorylayer_comman_111eb454,node_agent_mmd_tool_layer_toollayer_command_capabilit_e97a4615,node_agent_mmd_memory_vector_layer_memorylayer_comman_c72a5d05 memNode
